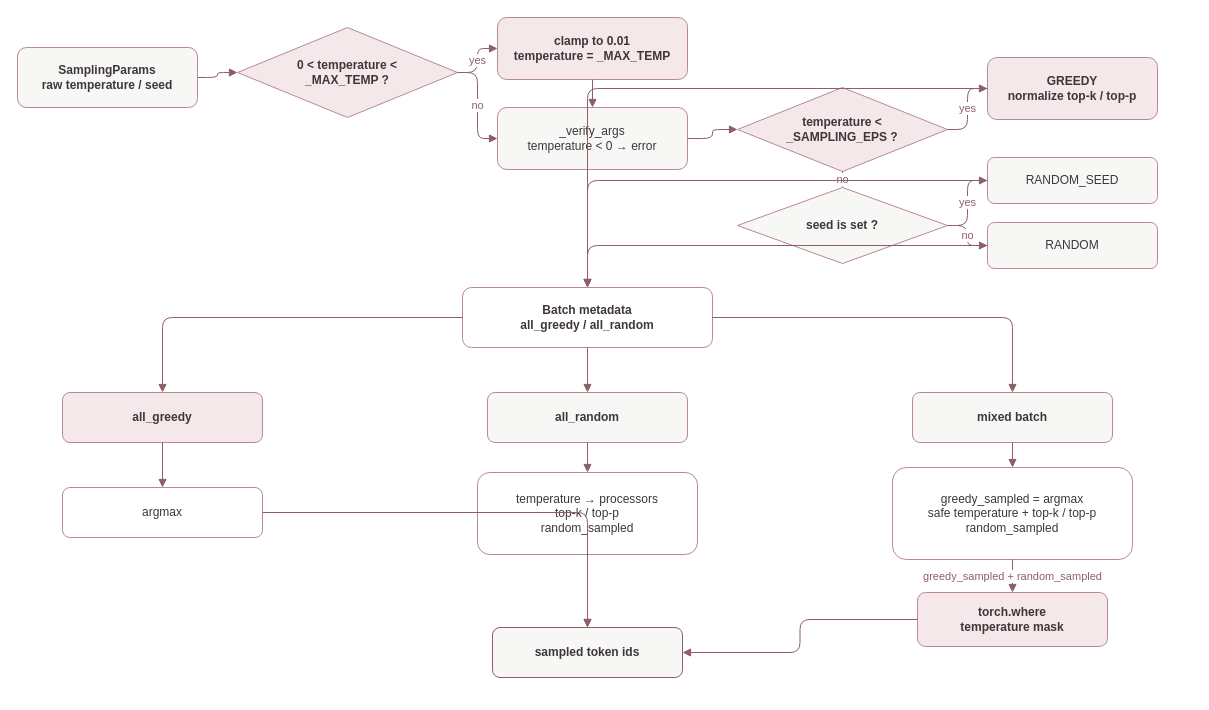
Earlier version of the draw.io diagram docs/assets/infra/vllm/greedy-sampling-flow.drawio (cake0606/cake0606.github.io). Source tidied: cells renumbered, new cells numbered last; positions are measured from the earlier drawing's top-left corner, leaving out a move shared by most shapes. Both pictures are drawn from the tidied source at 100%, with x=0, y=0 at pixel (17, 17).
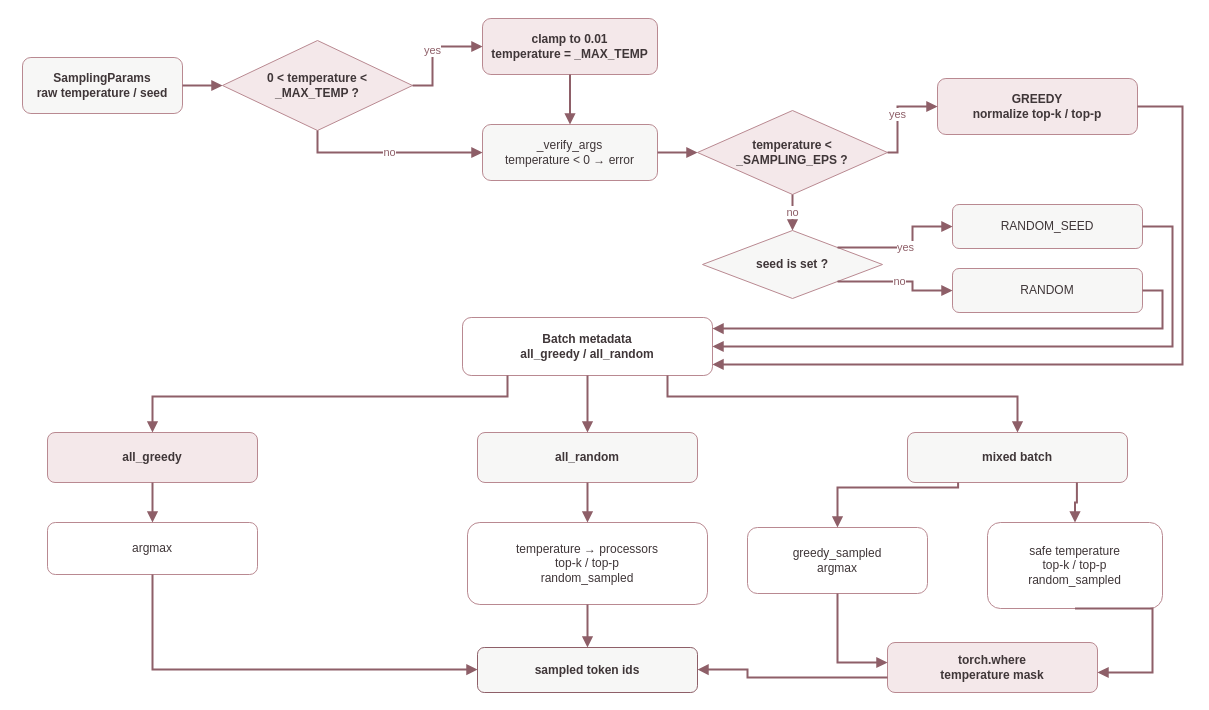
The same diagram, later.

Commit message (it also covers changes not shown here):
fix: reroute greedy sampling connectors

What changed in the source:
```diff
@@
     <mxCell id="2" value="SamplingParams&#10;raw temperature / seed" style="rounded=1;whiteSpace=wrap;html=1;fillColor=#f7f7f6;strokeColor=#b98991;fontColor=#3f3638;fontStyle=1;" parent="1" vertex="1">
-      <mxGeometry y="30" width="180" height="60" as="geometry" />
+      <mxGeometry x="5" y="40" width="160" height="56" as="geometry" />
     </mxCell>
     <mxCell id="3" value="0 &amp;lt; temperature &amp;lt;&#10;_MAX_TEMP ?" style="rhombus;whiteSpace=wrap;html=1;fillColor=#f4e8ea;strokeColor=#b98991;fontColor=#3f3638;fontStyle=1;" parent="1" vertex="1">
-      <mxGeometry x="220" y="10" width="220" height="90" as="geometry" />
+      <mxGeometry x="205" y="23" width="190" height="90" as="geometry" />
     </mxCell>
     <mxCell id="4" value="clamp to 0.01&#10;temperature = _MAX_TEMP" style="rounded=1;whiteSpace=wrap;html=1;fillColor=#f4e8ea;strokeColor=#b98991;fontColor=#3f3638;fontStyle=1;" parent="1" vertex="1">
-      <mxGeometry x="480" width="190" height="62" as="geometry" />
+      <mxGeometry x="465" y="1" width="175" height="56" as="geometry" />
     </mxCell>
     <mxCell id="5" value="_verify_args&#10;temperature &amp;lt; 0 → error" style="rounded=1;whiteSpace=wrap;html=1;fillColor=#f7f7f6;strokeColor=#b98991;fontColor=#3f3638;" parent="1" vertex="1">
-      <mxGeometry x="480" y="90" width="190" height="62" as="geometry" />
+      <mxGeometry x="465" y="107" width="175" height="56" as="geometry" />
     </mxCell>
     <mxCell id="6" value="temperature &amp;lt;&#10;_SAMPLING_EPS ?" style="rhombus;whiteSpace=wrap;html=1;fillColor=#f4e8ea;strokeColor=#b98991;fontColor=#3f3638;fontStyle=1;" parent="1" vertex="1">
-      <mxGeometry x="720" y="70" width="210" height="84" as="geometry" />
+      <mxGeometry x="680" y="93" width="190" height="84" as="geometry" />
     </mxCell>
     <mxCell id="7" value="GREEDY&#10;normalize top-k / top-p" style="rounded=1;whiteSpace=wrap;html=1;fillColor=#f4e8ea;strokeColor=#b98991;fontColor=#3f3638;fontStyle=1;" parent="1" vertex="1">
-      <mxGeometry x="970" y="40" width="170" height="62" as="geometry" />
+      <mxGeometry x="920" y="61" width="200" height="56" as="geometry" />
     </mxCell>
     <mxCell id="8" value="seed is set ?" style="rhombus;whiteSpace=wrap;html=1;fillColor=#f7f7f6;strokeColor=#b98991;fontColor=#3f3638;fontStyle=1;" parent="1" vertex="1">
-      <mxGeometry x="720" y="170" width="210" height="76" as="geometry" />
+      <mxGeometry x="685" y="213" width="180" height="68" as="geometry" />
     </mxCell>
     <mxCell id="9" value="RANDOM_SEED" style="rounded=1;whiteSpace=wrap;html=1;fillColor=#f7f7f6;strokeColor=#b98991;fontColor=#3f3638;" parent="1" vertex="1">
-      <mxGeometry x="970" y="140" width="170" height="46" as="geometry" />
+      <mxGeometry x="935" y="187" width="190" height="44" as="geometry" />
     </mxCell>
     <mxCell id="10" value="RANDOM" style="rounded=1;whiteSpace=wrap;html=1;fillColor=#f7f7f6;strokeColor=#b98991;fontColor=#3f3638;" parent="1" vertex="1">
-      <mxGeometry x="970" y="205" width="170" height="46" as="geometry" />
+      <mxGeometry x="935" y="251" width="190" height="44" as="geometry" />
     </mxCell>
     <mxCell id="11" value="Batch metadata&#10;all_greedy / all_random" style="rounded=1;whiteSpace=wrap;html=1;fillColor=#ffffff;strokeColor=#b98991;fontColor=#3f3638;fontStyle=1;" parent="1" vertex="1">
-      <mxGeometry x="445" y="270" width="250" height="60" as="geometry" />
+      <mxGeometry x="445" y="300" width="250" height="58" as="geometry" />
     </mxCell>
     <mxCell id="12" value="all_greedy" style="rounded=1;whiteSpace=wrap;html=1;fillColor=#f4e8ea;strokeColor=#b98991;fontColor=#3f3638;fontStyle=1;" parent="1" vertex="1">
-      <mxGeometry x="45" y="375" width="200" height="50" as="geometry" />
+      <mxGeometry x="30" y="415" width="210" height="50" as="geometry" />
     </mxCell>
     <mxCell id="13" value="all_random" style="rounded=1;whiteSpace=wrap;html=1;fillColor=#f7f7f6;strokeColor=#b98991;fontColor=#3f3638;fontStyle=1;" parent="1" vertex="1">
-      <mxGeometry x="470" y="375" width="200" height="50" as="geometry" />
+      <mxGeometry x="460" y="415" width="220" height="50" as="geometry" />
     </mxCell>
     <mxCell id="14" value="mixed batch" style="rounded=1;whiteSpace=wrap;html=1;fillColor=#f7f7f6;strokeColor=#b98991;fontColor=#3f3638;fontStyle=1;" parent="1" vertex="1">
-      <mxGeometry x="895" y="375" width="200" height="50" as="geometry" />
+      <mxGeometry x="890" y="415" width="220" height="50" as="geometry" />
     </mxCell>
     <mxCell id="15" value="argmax" style="rounded=1;whiteSpace=wrap;html=1;fillColor=#ffffff;strokeColor=#b98991;fontColor=#3f3638;" parent="1" vertex="1">
-      <mxGeometry x="45" y="470" width="200" height="50" as="geometry" />
+      <mxGeometry x="30" y="505" width="210" height="52" as="geometry" />
     </mxCell>
     <mxCell id="16" value="temperature → processors&#10;top-k / top-p&#10;random_sampled" style="rounded=1;whiteSpace=wrap;html=1;fillColor=#ffffff;strokeColor=#b98991;fontColor=#3f3638;" parent="1" vertex="1">
-      <mxGeometry x="460" y="455" width="220" height="82" as="geometry" />
+      <mxGeometry x="450" y="505" width="240" height="82" as="geometry" />
     </mxCell>
-    <mxCell id="17" value="greedy_sampled = argmax&#10;safe temperature + top-k / top-p&#10;random_sampled" style="rounded=1;whiteSpace=wrap;html=1;fillColor=#ffffff;strokeColor=#b98991;fontColor=#3f3638;" parent="1" vertex="1">
-      <mxGeometry x="875" y="450" width="240" height="92" as="geometry" />
-    </mxCell>
+    <mxCell id="42" value="greedy_sampled&#10;argmax" style="rounded=1;whiteSpace=wrap;html=1;fillColor=#ffffff;strokeColor=#b98991;fontColor=#3f3638;" parent="1" vertex="1">
+      <mxGeometry x="730" y="510" width="180" height="66" as="geometry" />
+    </mxCell>
+    <mxCell id="43" value="safe temperature&#10;top-k / top-p&#10;random_sampled" style="rounded=1;whiteSpace=wrap;html=1;fillColor=#ffffff;strokeColor=#b98991;fontColor=#3f3638;" parent="1" vertex="1">
+      <mxGeometry x="970" y="505" width="175" height="86" as="geometry" />
+    </mxCell>
     <mxCell id="18" value="torch.where&#10;temperature mask" style="rounded=1;whiteSpace=wrap;html=1;fillColor=#f4e8ea;strokeColor=#b98991;fontColor=#3f3638;fontStyle=1;" parent="1" vertex="1">
-      <mxGeometry x="900" y="575" width="190" height="54" as="geometry" />
+      <mxGeometry x="870" y="625" width="210" height="50" as="geometry" />
     </mxCell>
     <mxCell id="19" value="sampled token ids" style="rounded=1;whiteSpace=wrap;html=1;fillColor=#f7f7f6;strokeColor=#8e5f68;fontColor=#3f3638;fontStyle=1;" parent="1" vertex="1">
-      <mxGeometry x="475" y="610" width="190" height="50" as="geometry" />
+      <mxGeometry x="460" y="630" width="220" height="45" as="geometry" />
     </mxCell>
-    <mxCell id="20" style="edgeStyle=orthogonalEdgeStyle;html=1;endArrow=block;strokeColor=#8e5f68;" parent="1" edge="1" source="2" target="3">
+    <mxCell id="20" style="edgeStyle=orthogonalEdgeStyle;rounded=0;html=1;endArrow=block;endFill=1;strokeColor=#8e5f68;strokeWidth=2;exitX=1;exitY=0.5;entryX=0;entryY=0.5;" parent="1" edge="1" source="2" target="3">
       <mxGeometry relative="1" as="geometry" />
     </mxCell>
-    <mxCell id="21" value="yes" style="edgeStyle=orthogonalEdgeStyle;html=1;endArrow=block;strokeColor=#8e5f68;fontColor=#8e5f68;" parent="1" edge="1" source="3" target="4">
-      <mxGeometry relative="1" as="geometry" />
+    <mxCell id="21" value="yes" style="edgeStyle=orthogonalEdgeStyle;rounded=0;html=1;endArrow=block;endFill=1;strokeColor=#8e5f68;strokeWidth=2;fontColor=#8e5f68;exitX=1;exitY=0.5;entryX=0;entryY=0.5;" parent="1" edge="1" source="3" target="4">
+      <mxGeometry relative="1" as="geometry">
+        <Array as="points">
+          <mxPoint x="415" y="68" />
+          <mxPoint x="415" y="29" />
+        </Array>
+      </mxGeometry>
     </mxCell>
-    <mxCell id="22" value="no" style="edgeStyle=orthogonalEdgeStyle;html=1;endArrow=block;strokeColor=#8e5f68;fontColor=#8e5f68;" parent="1" edge="1" source="3" target="5">
-      <mxGeometry relative="1" as="geometry" />
+    <mxCell id="22" value="no" style="edgeStyle=orthogonalEdgeStyle;rounded=0;html=1;endArrow=block;endFill=1;strokeColor=#8e5f68;strokeWidth=2;fontColor=#8e5f68;exitX=0.5;exitY=1;entryX=0;entryY=0.5;" parent="1" edge="1" source="3" target="5">
+      <mxGeometry relative="1" as="geometry">
+        <Array as="points">
+          <mxPoint x="300" y="135" />
+        </Array>
+      </mxGeometry>
     </mxCell>
-    <mxCell id="23" style="edgeStyle=orthogonalEdgeStyle;html=1;endArrow=block;strokeColor=#8e5f68;" parent="1" edge="1" source="4" target="5">
+    <mxCell id="23" style="edgeStyle=orthogonalEdgeStyle;rounded=0;html=1;endArrow=block;endFill=1;strokeColor=#8e5f68;strokeWidth=2;exitX=0.5;exitY=1;entryX=0.5;entryY=0;" parent="1" edge="1" source="4" target="5">
       <mxGeometry relative="1" as="geometry" />
     </mxCell>
-    <mxCell id="24" style="edgeStyle=orthogonalEdgeStyle;html=1;endArrow=block;strokeColor=#8e5f68;" parent="1" edge="1" source="5" target="6">
+    <mxCell id="24" style="edgeStyle=orthogonalEdgeStyle;rounded=0;html=1;endArrow=block;endFill=1;strokeColor=#8e5f68;strokeWidth=2;exitX=1;exitY=0.5;entryX=0;entryY=0.5;" parent="1" edge="1" source="5" target="6">
       <mxGeometry relative="1" as="geometry" />
     </mxCell>
-    <mxCell id="25" value="yes" style="edgeStyle=orthogonalEdgeStyle;html=1;endArrow=block;strokeColor=#8e5f68;fontColor=#8e5f68;" parent="1" edge="1" source="6" target="7">
-      <mxGeometry relative="1" as="geometry" />
+    <mxCell id="25" value="yes" style="edgeStyle=orthogonalEdgeStyle;rounded=0;html=1;endArrow=block;endFill=1;strokeColor=#8e5f68;strokeWidth=2;fontColor=#8e5f68;exitX=1;exitY=0.5;entryX=0;entryY=0.5;" parent="1" edge="1" source="6" target="7">
+      <mxGeometry relative="1" as="geometry">
+        <Array as="points">
+          <mxPoint x="880" y="135" />
+          <mxPoint x="880" y="89" />
+        </Array>
+      </mxGeometry>
     </mxCell>
-    <mxCell id="26" value="no" style="edgeStyle=orthogonalEdgeStyle;html=1;endArrow=block;strokeColor=#8e5f68;fontColor=#8e5f68;" parent="1" edge="1" source="6" target="8">
+    <mxCell id="26" value="no" style="edgeStyle=orthogonalEdgeStyle;rounded=0;html=1;endArrow=block;endFill=1;strokeColor=#8e5f68;strokeWidth=2;fontColor=#8e5f68;exitX=0.5;exitY=1;entryX=0.5;entryY=0;" parent="1" edge="1" source="6" target="8">
       <mxGeometry relative="1" as="geometry" />
     </mxCell>
-    <mxCell id="27" value="yes" style="edgeStyle=orthogonalEdgeStyle;html=1;endArrow=block;strokeColor=#8e5f68;fontColor=#8e5f68;" parent="1" edge="1" source="8" target="9">
-      <mxGeometry relative="1" as="geometry" />
+    <mxCell id="27" value="yes" style="edgeStyle=orthogonalEdgeStyle;rounded=0;html=1;endArrow=block;endFill=1;strokeColor=#8e5f68;strokeWidth=2;fontColor=#8e5f68;exitX=0.75;exitY=0.25;entryX=0;entryY=0.5;" parent="1" edge="1" source="8" target="9">
+      <mxGeometry relative="1" as="geometry">
+        <Array as="points">
+          <mxPoint x="895" y="230" />
+          <mxPoint x="895" y="209" />
+        </Array>
+      </mxGeometry>
     </mxCell>
-    <mxCell id="28" value="no" style="edgeStyle=orthogonalEdgeStyle;html=1;endArrow=block;strokeColor=#8e5f68;fontColor=#8e5f68;" parent="1" edge="1" source="8" target="10">
-      <mxGeometry relative="1" as="geometry" />
+    <mxCell id="28" value="no" style="edgeStyle=orthogonalEdgeStyle;rounded=0;html=1;endArrow=block;endFill=1;strokeColor=#8e5f68;strokeWidth=2;fontColor=#8e5f68;exitX=0.75;exitY=0.75;entryX=0;entryY=0.5;" parent="1" edge="1" source="8" target="10">
+      <mxGeometry relative="1" as="geometry">
+        <Array as="points">
+          <mxPoint x="895" y="264" />
+          <mxPoint x="895" y="273" />
+        </Array>
+      </mxGeometry>
     </mxCell>
-    <mxCell id="29" style="edgeStyle=orthogonalEdgeStyle;html=1;endArrow=block;strokeColor=#8e5f68;" parent="1" edge="1" source="7" target="11">
-      <mxGeometry relative="1" as="geometry" />
+    <mxCell id="29" style="edgeStyle=orthogonalEdgeStyle;rounded=0;html=1;endArrow=block;endFill=1;strokeColor=#8e5f68;strokeWidth=2;exitX=1;exitY=0.5;entryX=1;entryY=0.81;" parent="1" edge="1" source="7" target="11">
+      <mxGeometry relative="1" as="geometry">
+        <Array as="points">
+          <mxPoint x="1165" y="89" />
+          <mxPoint x="1165" y="347" />
+        </Array>
+      </mxGeometry>
     </mxCell>
-    <mxCell id="30" style="edgeStyle=orthogonalEdgeStyle;html=1;endArrow=block;strokeColor=#8e5f68;" parent="1" edge="1" source="9" target="11">
-      <mxGeometry relative="1" as="geometry" />
+    <mxCell id="30" style="edgeStyle=orthogonalEdgeStyle;rounded=0;html=1;endArrow=block;endFill=1;strokeColor=#8e5f68;strokeWidth=2;exitX=1;exitY=0.5;entryX=1;entryY=0.5;" parent="1" edge="1" source="9" target="11">
+      <mxGeometry relative="1" as="geometry">
+        <Array as="points">
+          <mxPoint x="1155" y="209" />
+          <mxPoint x="1155" y="329" />
+        </Array>
+      </mxGeometry>
     </mxCell>
-    <mxCell id="31" style="edgeStyle=orthogonalEdgeStyle;html=1;endArrow=block;strokeColor=#8e5f68;" parent="1" edge="1" source="10" target="11">
-      <mxGeometry relative="1" as="geometry" />
+    <mxCell id="31" style="edgeStyle=orthogonalEdgeStyle;rounded=0;html=1;endArrow=block;endFill=1;strokeColor=#8e5f68;strokeWidth=2;exitX=1;exitY=0.5;entryX=1;entryY=0.19;" parent="1" edge="1" source="10" target="11">
+      <mxGeometry relative="1" as="geometry">
+        <Array as="points">
+          <mxPoint x="1145" y="273" />
+          <mxPoint x="1145" y="311" />
+        </Array>
+      </mxGeometry>
     </mxCell>
-    <mxCell id="32" style="edgeStyle=orthogonalEdgeStyle;html=1;endArrow=block;strokeColor=#8e5f68;" parent="1" edge="1" source="11" target="12">
-      <mxGeometry relative="1" as="geometry" />
+    <mxCell id="32" style="edgeStyle=orthogonalEdgeStyle;rounded=0;html=1;endArrow=block;endFill=1;strokeColor=#8e5f68;strokeWidth=2;exitX=0.18;exitY=1;entryX=0.5;entryY=0;" parent="1" edge="1" source="11" target="12">
+      <mxGeometry relative="1" as="geometry">
+        <Array as="points">
+          <mxPoint x="490" y="379" />
+          <mxPoint x="135" y="379" />
+        </Array>
+      </mxGeometry>
     </mxCell>
-    <mxCell id="33" style="edgeStyle=orthogonalEdgeStyle;html=1;endArrow=block;strokeColor=#8e5f68;" parent="1" edge="1" source="11" target="13">
+    <mxCell id="33" style="edgeStyle=orthogonalEdgeStyle;rounded=0;html=1;endArrow=block;endFill=1;strokeColor=#8e5f68;strokeWidth=2;exitX=0.5;exitY=1;entryX=0.5;entryY=0;" parent="1" edge="1" source="11" target="13">
       <mxGeometry relative="1" as="geometry" />
     </mxCell>
-    <mxCell id="34" style="edgeStyle=orthogonalEdgeStyle;html=1;endArrow=block;strokeColor=#8e5f68;" parent="1" edge="1" source="11" target="14">
-      <mxGeometry relative="1" as="geometry" />
+    <mxCell id="34" style="edgeStyle=orthogonalEdgeStyle;rounded=0;html=1;endArrow=block;endFill=1;strokeColor=#8e5f68;strokeWidth=2;exitX=0.82;exitY=1;entryX=0.5;entryY=0;" parent="1" edge="1" source="11" target="14">
+      <mxGeometry relative="1" as="geometry">
+        <Array as="points">
+          <mxPoint x="650" y="379" />
+          <mxPoint x="1000" y="379" />
+        </Array>
+      </mxGeometry>
     </mxCell>
-    <mxCell id="35" style="edgeStyle=orthogonalEdgeStyle;html=1;endArrow=block;strokeColor=#8e5f68;" parent="1" edge="1" source="12" target="15">
+    <mxCell id="35" style="edgeStyle=orthogonalEdgeStyle;rounded=0;html=1;endArrow=block;endFill=1;strokeColor=#8e5f68;strokeWidth=2;exitX=0.5;exitY=1;entryX=0.5;entryY=0;" parent="1" edge="1" source="12" target="15">
       <mxGeometry relative="1" as="geometry" />
     </mxCell>
-    <mxCell id="36" style="edgeStyle=orthogonalEdgeStyle;html=1;endArrow=block;strokeColor=#8e5f68;" parent="1" edge="1" source="13" target="16">
+    <mxCell id="36" style="edgeStyle=orthogonalEdgeStyle;rounded=0;html=1;endArrow=block;endFill=1;strokeColor=#8e5f68;strokeWidth=2;exitX=0.5;exitY=1;entryX=0.5;entryY=0;" parent="1" edge="1" source="13" target="16">
       <mxGeometry relative="1" as="geometry" />
     </mxCell>
-    <mxCell id="37" style="edgeStyle=orthogonalEdgeStyle;html=1;endArrow=block;strokeColor=#8e5f68;" parent="1" edge="1" source="14" target="17">
-      <mxGeometry relative="1" as="geometry" />
+    <mxCell id="37" style="edgeStyle=orthogonalEdgeStyle;rounded=0;html=1;endArrow=block;endFill=1;strokeColor=#8e5f68;strokeWidth=2;exitX=0.23;exitY=1;entryX=0.5;entryY=0;" parent="1" edge="1" source="14" target="42">
+      <mxGeometry relative="1" as="geometry">
+        <Array as="points">
+          <mxPoint x="940" y="470" />
+          <mxPoint x="820" y="470" />
+        </Array>
+      </mxGeometry>
     </mxCell>
-    <mxCell id="38" value="greedy_sampled + random_sampled" style="edgeStyle=orthogonalEdgeStyle;html=1;endArrow=block;strokeColor=#8e5f68;fontColor=#8e5f68;" parent="1" edge="1" source="17" target="18">
+    <mxCell id="38" style="edgeStyle=orthogonalEdgeStyle;rounded=0;html=1;endArrow=block;endFill=1;strokeColor=#8e5f68;strokeWidth=2;exitX=0.77;exitY=1;entryX=0.5;entryY=0;" parent="1" edge="1" source="14" target="43">
       <mxGeometry relative="1" as="geometry" />
     </mxCell>
-    <mxCell id="39" style="edgeStyle=orthogonalEdgeStyle;html=1;endArrow=block;strokeColor=#8e5f68;" parent="1" edge="1" source="15" target="19">
-      <mxGeometry relative="1" as="geometry" />
+    <mxCell id="39" style="edgeStyle=orthogonalEdgeStyle;rounded=0;html=1;endArrow=block;endFill=1;strokeColor=#8e5f68;strokeWidth=2;exitX=0.5;exitY=1;entryX=0;entryY=0.4;" parent="1" edge="1" source="42" target="18">
+      <mxGeometry relative="1" as="geometry">
+        <Array as="points">
+          <mxPoint x="820" y="645" />
+        </Array>
+      </mxGeometry>
     </mxCell>
-    <mxCell id="40" style="edgeStyle=orthogonalEdgeStyle;html=1;endArrow=block;strokeColor=#8e5f68;" parent="1" edge="1" source="16" target="19">
-      <mxGeometry relative="1" as="geometry" />
+    <mxCell id="40" style="edgeStyle=orthogonalEdgeStyle;rounded=0;html=1;endArrow=block;endFill=1;strokeColor=#8e5f68;strokeWidth=2;exitX=0.5;exitY=1;entryX=1;entryY=0.6;" parent="1" edge="1" source="43" target="18">
+      <mxGeometry relative="1" as="geometry">
+        <Array as="points">
+          <mxPoint x="1135" y="591" />
+          <mxPoint x="1135" y="655" />
+        </Array>
+      </mxGeometry>
     </mxCell>
-    <mxCell id="41" style="edgeStyle=orthogonalEdgeStyle;html=1;endArrow=block;strokeColor=#8e5f68;" parent="1" edge="1" source="18" target="19">
-      <mxGeometry relative="1" as="geometry" />
+    <mxCell id="41" style="edgeStyle=orthogonalEdgeStyle;rounded=0;html=1;endArrow=block;endFill=1;strokeColor=#8e5f68;strokeWidth=2;exitX=0.5;exitY=1;entryX=0;entryY=0.49;" parent="1" edge="1" source="15" target="19">
+      <mxGeometry relative="1" as="geometry">
+        <Array as="points">
+          <mxPoint x="135" y="652" />
+        </Array>
+      </mxGeometry>
     </mxCell>
+    <mxCell id="44" style="edgeStyle=orthogonalEdgeStyle;rounded=0;html=1;endArrow=block;endFill=1;strokeColor=#8e5f68;strokeWidth=2;exitX=0.5;exitY=1;entryX=0.5;entryY=0;" parent="1" edge="1" source="16" target="19">
+      <mxGeometry relative="1" as="geometry" />
+    </mxCell>
+    <mxCell id="45" style="edgeStyle=orthogonalEdgeStyle;rounded=0;html=1;endArrow=block;endFill=1;strokeColor=#8e5f68;strokeWidth=2;exitX=0;exitY=0.7;entryX=1;entryY=0.49;" parent="1" edge="1" source="18" target="19">
+      <mxGeometry relative="1" as="geometry">
+        <Array as="points">
+          <mxPoint x="730" y="660" />
+          <mxPoint x="730" y="652" />
+        </Array>
+      </mxGeometry>
+    </mxCell>
```
